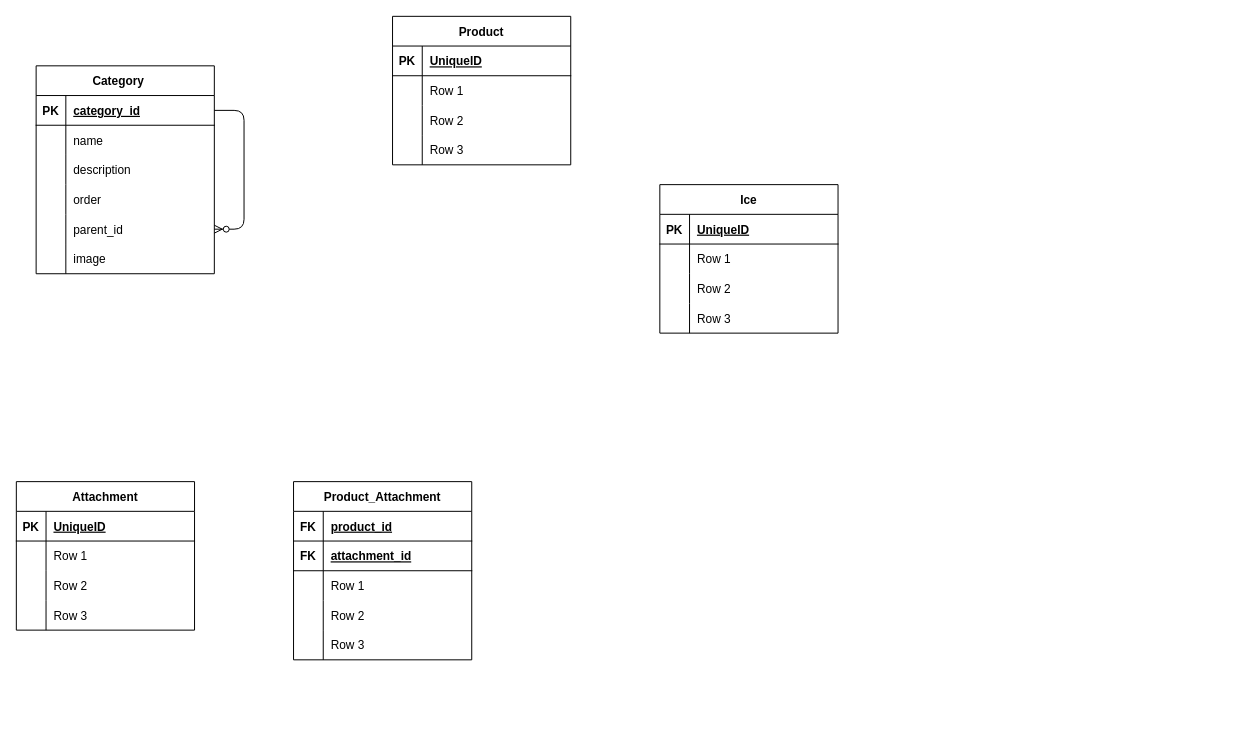
Earlier version of the draw.io diagram IceCreamManagementDB.drawio (Marvin25ronal/ice-cream-management). Source tidied: cells renumbered, new cells numbered last; positions are measured from the earlier drawing's top-left corner, leaving out a move shared by most shapes. Both pictures are drawn from the tidied source at 99%, with x=0, y=0 at pixel (16, 16).
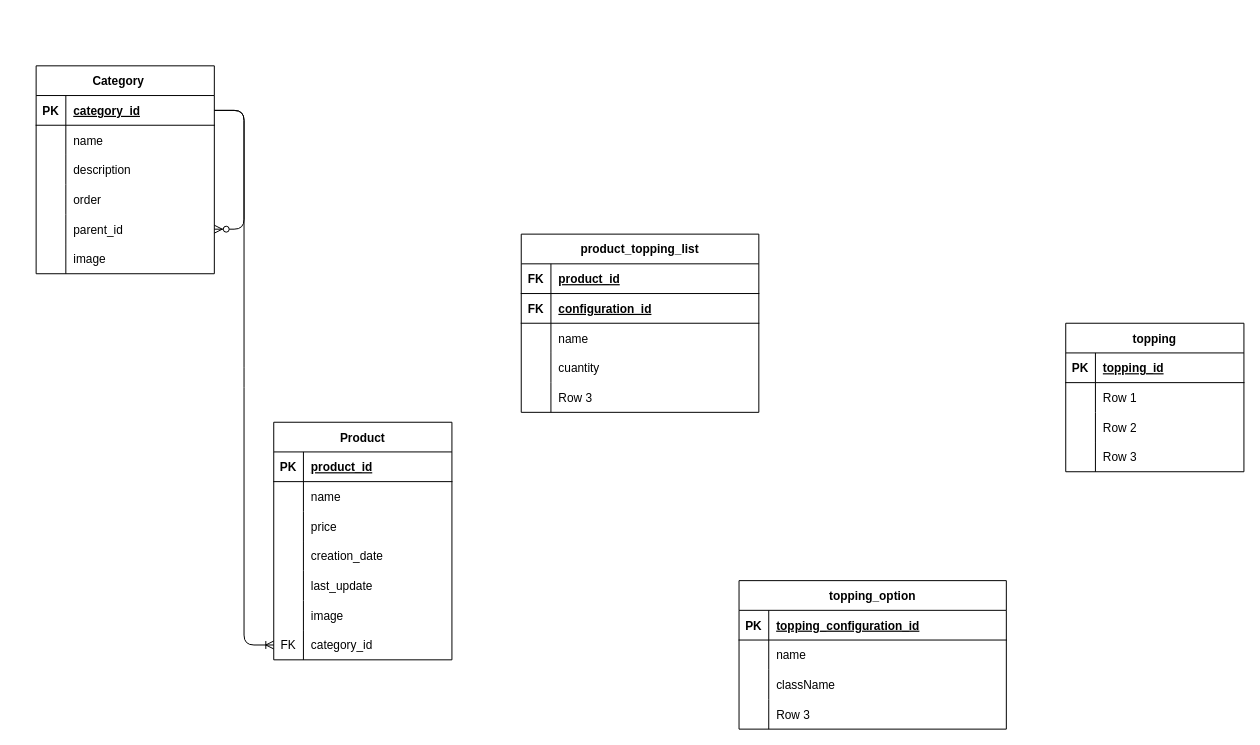
After the change.

The change refers to these unchanged cells:
```xml
<mxCell id="3" style="shape=tableRow;horizontal=0;startSize=0;swimlaneHead=0;swimlaneBody=0;fillColor=none;points=[[0,0.5],[1,0.5]];portConstraint=eastwest;top=0;left=0;right=0;bottom=1;" parent="2" vertex="1">
  <mxGeometry y="30" width="180" height="30" as="geometry" />
</mxCell>
<mxCell id="23" style="shape=tableRow;horizontal=0;startSize=0;swimlaneHead=0;swimlaneBody=0;fillColor=none;top=0;left=0;right=0;bottom=1;" parent="22" vertex="1">
  <mxGeometry y="30" width="180" height="30" as="geometry" />
</mxCell>
<mxCell id="26" style="shape=tableRow;horizontal=0;startSize=0;swimlaneHead=0;swimlaneBody=0;fillColor=none;top=0;left=0;right=0;bottom=0;" parent="22" vertex="1">
  <mxGeometry y="60" width="180" height="30" as="geometry" />
</mxCell>
<mxCell id="29" style="shape=tableRow;horizontal=0;startSize=0;swimlaneHead=0;swimlaneBody=0;fillColor=none;top=0;left=0;right=0;bottom=0;" parent="22" vertex="1">
  <mxGeometry y="90" width="180" height="30" as="geometry" />
</mxCell>
```

Change to the diagram source:
```diff
@@
     <mxCell id="22" value="Product" style="shape=table;startSize=30;childLayout=tableLayout;rowLines=0;fontStyle=1;align=center;" parent="1" vertex="1">
-      <mxGeometry x="380" width="180" height="150" as="geometry" />
+      <mxGeometry x="260" y="410" width="180" height="240" as="geometry" />
     </mxCell>
@@
-    <mxCell id="25" value="UniqueID" style="shape=partialRectangle;fillColor=none;top=0;left=0;bottom=0;right=0;align=left;spacingLeft=6;fontStyle=5;overflow=hidden;" parent="23" vertex="1">
+    <mxCell id="25" value="product_id" style="shape=partialRectangle;fillColor=none;top=0;left=0;bottom=0;right=0;align=left;spacingLeft=6;fontStyle=5;overflow=hidden;" parent="23" vertex="1">
       <mxGeometry x="30" width="150" height="30" as="geometry" />
     </mxCell>
@@
-    <mxCell id="28" value="Row 1" style="shape=partialRectangle;fillColor=none;top=0;left=0;bottom=0;right=0;align=left;spacingLeft=6;overflow=hidden;" parent="26" vertex="1">
+    <mxCell id="28" value="name" style="shape=partialRectangle;fillColor=none;top=0;left=0;bottom=0;right=0;align=left;spacingLeft=6;overflow=hidden;" parent="26" vertex="1">
       <mxGeometry x="30" width="150" height="30" as="geometry" />
     </mxCell>
@@
-    <mxCell id="31" value="Row 2" style="shape=partialRectangle;fillColor=none;top=0;left=0;bottom=0;right=0;align=left;spacingLeft=6;overflow=hidden;" parent="29" vertex="1">
+    <mxCell id="31" value="price" style="shape=partialRectangle;fillColor=none;top=0;left=0;bottom=0;right=0;align=left;spacingLeft=6;overflow=hidden;" parent="29" vertex="1">
       <mxGeometry x="30" width="150" height="30" as="geometry" />
     </mxCell>
-    <mxCell id="32" style="shape=tableRow;horizontal=0;startSize=0;swimlaneHead=0;swimlaneBody=0;fillColor=none;top=0;left=0;right=0;bottom=0;" parent="22" vertex="1">
-      <mxGeometry y="120" width="180" height="30" as="geometry" />
-    </mxCell>
-    <mxCell id="33" style="shape=partialRectangle;fillColor=none;top=0;left=0;bottom=0;right=0;overflow=hidden;" parent="32" vertex="1">
-      <mxGeometry width="30" height="30" as="geometry" />
-    </mxCell>
-    <mxCell id="34" value="Row 3" style="shape=partialRectangle;fillColor=none;top=0;left=0;bottom=0;right=0;align=left;spacingLeft=6;overflow=hidden;" parent="32" vertex="1">
-      <mxGeometry x="30" width="150" height="30" as="geometry" />
-    </mxCell>
+    <mxCell id="76" style="shape=tableRow;horizontal=0;startSize=0;swimlaneHead=0;swimlaneBody=0;fillColor=none;top=0;left=0;right=0;bottom=0;" parent="22" vertex="1">
+      <mxGeometry y="120" width="180" height="30" as="geometry" />
+    </mxCell>
+    <mxCell id="77" style="shape=partialRectangle;fillColor=none;top=0;left=0;bottom=0;right=0;overflow=hidden;" parent="76" vertex="1">
+      <mxGeometry width="30" height="30" as="geometry" />
+    </mxCell>
+    <mxCell id="78" value="creation_date" style="shape=partialRectangle;fillColor=none;top=0;left=0;bottom=0;right=0;align=left;spacingLeft=6;overflow=hidden;" parent="76" vertex="1">
+      <mxGeometry x="30" width="150" height="30" as="geometry" />
+    </mxCell>
+    <mxCell id="79" style="shape=tableRow;horizontal=0;startSize=0;swimlaneHead=0;swimlaneBody=0;fillColor=none;top=0;left=0;right=0;bottom=0;" parent="22" vertex="1">
+      <mxGeometry y="150" width="180" height="30" as="geometry" />
+    </mxCell>
+    <mxCell id="80" style="shape=partialRectangle;fillColor=none;top=0;left=0;bottom=0;right=0;overflow=hidden;" parent="79" vertex="1">
+      <mxGeometry width="30" height="30" as="geometry" />
+    </mxCell>
+    <mxCell id="81" value="last_update" style="shape=partialRectangle;fillColor=none;top=0;left=0;bottom=0;right=0;align=left;spacingLeft=6;overflow=hidden;" parent="79" vertex="1">
+      <mxGeometry x="30" width="150" height="30" as="geometry" />
+    </mxCell>
+    <mxCell id="82" style="shape=tableRow;horizontal=0;startSize=0;swimlaneHead=0;swimlaneBody=0;fillColor=none;top=0;left=0;right=0;bottom=0;" parent="22" vertex="1">
+      <mxGeometry y="180" width="180" height="30" as="geometry" />
+    </mxCell>
+    <mxCell id="83" style="shape=partialRectangle;fillColor=none;top=0;left=0;bottom=0;right=0;overflow=hidden;" parent="82" vertex="1">
+      <mxGeometry width="30" height="30" as="geometry" />
+    </mxCell>
+    <mxCell id="84" value="image" style="shape=partialRectangle;fillColor=none;top=0;left=0;bottom=0;right=0;align=left;spacingLeft=6;overflow=hidden;" parent="82" vertex="1">
+      <mxGeometry x="30" width="150" height="30" as="geometry" />
+    </mxCell>
+    <mxCell id="85" style="shape=tableRow;horizontal=0;startSize=0;swimlaneHead=0;swimlaneBody=0;fillColor=none;points=[[0,0.5],[1,0.5]];portConstraint=eastwest;top=0;left=0;right=0;bottom=0;" parent="22" vertex="1">
+      <mxGeometry y="210" width="180" height="30" as="geometry" />
+    </mxCell>
+    <mxCell id="86" value="FK" style="shape=partialRectangle;fillColor=none;top=0;left=0;bottom=0;right=0;overflow=hidden;" parent="85" vertex="1">
+      <mxGeometry width="30" height="30" as="geometry" />
+    </mxCell>
+    <mxCell id="87" value="category_id" style="shape=partialRectangle;fillColor=none;top=0;left=0;bottom=0;right=0;align=left;spacingLeft=6;overflow=hidden;" parent="85" vertex="1">
+      <mxGeometry x="30" width="150" height="30" as="geometry" />
+    </mxCell>
-    <mxCell id="35" value="Attachment" style="shape=table;startSize=30;childLayout=tableLayout;rowLines=0;fontStyle=1;align=center;" parent="1" vertex="1">
-      <mxGeometry y="470" width="180" height="150" as="geometry" />
+    <mxCell id="35" value="topping_option" style="shape=table;startSize=30;childLayout=tableLayout;rowLines=0;fontStyle=1;align=center;" parent="1" vertex="1">
+      <mxGeometry x="730" y="570" width="270" height="150" as="geometry" />
     </mxCell>
     <mxCell id="36" style="shape=tableRow;horizontal=0;startSize=0;swimlaneHead=0;swimlaneBody=0;fillColor=none;top=0;left=0;right=0;bottom=1;" parent="35" vertex="1">
-      <mxGeometry y="30" width="180" height="30" as="geometry" />
+      <mxGeometry y="30" width="270" height="30" as="geometry" />
     </mxCell>
@@
-    <mxCell id="38" value="UniqueID" style="shape=partialRectangle;fillColor=none;top=0;left=0;bottom=0;right=0;align=left;spacingLeft=6;fontStyle=5;overflow=hidden;" parent="36" vertex="1">
-      <mxGeometry x="30" width="150" height="30" as="geometry" />
+    <mxCell id="38" value="topping_configuration_id" style="shape=partialRectangle;fillColor=none;top=0;left=0;bottom=0;right=0;align=left;spacingLeft=6;fontStyle=5;overflow=hidden;" parent="36" vertex="1">
+      <mxGeometry x="30" width="240" height="30" as="geometry" />
     </mxCell>
     <mxCell id="39" style="shape=tableRow;horizontal=0;startSize=0;swimlaneHead=0;swimlaneBody=0;fillColor=none;top=0;left=0;right=0;bottom=0;" parent="35" vertex="1">
-      <mxGeometry y="60" width="180" height="30" as="geometry" />
+      <mxGeometry y="60" width="270" height="30" as="geometry" />
     </mxCell>
@@
-    <mxCell id="41" value="Row 1" style="shape=partialRectangle;fillColor=none;top=0;left=0;bottom=0;right=0;align=left;spacingLeft=6;overflow=hidden;" parent="39" vertex="1">
-      <mxGeometry x="30" width="150" height="30" as="geometry" />
+    <mxCell id="41" value="name" style="shape=partialRectangle;fillColor=none;top=0;left=0;bottom=0;right=0;align=left;spacingLeft=6;overflow=hidden;" parent="39" vertex="1">
+      <mxGeometry x="30" width="240" height="30" as="geometry" />
     </mxCell>
     <mxCell id="42" style="shape=tableRow;horizontal=0;startSize=0;swimlaneHead=0;swimlaneBody=0;fillColor=none;top=0;left=0;right=0;bottom=0;" parent="35" vertex="1">
-      <mxGeometry y="90" width="180" height="30" as="geometry" />
+      <mxGeometry y="90" width="270" height="30" as="geometry" />
     </mxCell>
@@
-    <mxCell id="44" value="Row 2" style="shape=partialRectangle;fillColor=none;top=0;left=0;bottom=0;right=0;align=left;spacingLeft=6;overflow=hidden;" parent="42" vertex="1">
-      <mxGeometry x="30" width="150" height="30" as="geometry" />
+    <mxCell id="44" value="className" style="shape=partialRectangle;fillColor=none;top=0;left=0;bottom=0;right=0;align=left;spacingLeft=6;overflow=hidden;" parent="42" vertex="1">
+      <mxGeometry x="30" width="240" height="30" as="geometry" />
     </mxCell>
     <mxCell id="45" style="shape=tableRow;horizontal=0;startSize=0;swimlaneHead=0;swimlaneBody=0;fillColor=none;top=0;left=0;right=0;bottom=0;" parent="35" vertex="1">
-      <mxGeometry y="120" width="180" height="30" as="geometry" />
+      <mxGeometry y="120" width="270" height="30" as="geometry" />
     </mxCell>
@@
     <mxCell id="47" value="Row 3" style="shape=partialRectangle;fillColor=none;top=0;left=0;bottom=0;right=0;align=left;spacingLeft=6;overflow=hidden;" parent="45" vertex="1">
-      <mxGeometry x="30" width="150" height="30" as="geometry" />
+      <mxGeometry x="30" width="240" height="30" as="geometry" />
     </mxCell>
-    <mxCell id="48" value="Product_Attachment" style="shape=table;startSize=30;childLayout=tableLayout;rowLines=0;fontStyle=1;align=center;" parent="1" vertex="1">
-      <mxGeometry x="280" y="470" width="180" height="180" as="geometry" />
+    <mxCell id="48" value="product_topping_list" style="shape=table;startSize=30;childLayout=tableLayout;rowLines=0;fontStyle=1;align=center;" parent="1" vertex="1">
+      <mxGeometry x="510" y="220" width="240" height="180" as="geometry" />
     </mxCell>
     <mxCell id="49" style="shape=tableRow;horizontal=0;startSize=0;swimlaneHead=0;swimlaneBody=0;fillColor=none;top=0;left=0;right=0;bottom=1;" parent="48" vertex="1">
-      <mxGeometry y="30" width="180" height="30" as="geometry" />
+      <mxGeometry y="30" width="240" height="30" as="geometry" />
     </mxCell>
@@
     <mxCell id="51" value="product_id" style="shape=partialRectangle;fillColor=none;top=0;left=0;bottom=0;right=0;align=left;spacingLeft=6;fontStyle=5;overflow=hidden;" parent="49" vertex="1">
-      <mxGeometry x="30" width="150" height="30" as="geometry" />
+      <mxGeometry x="30" width="210" height="30" as="geometry" />
     </mxCell>
     <mxCell id="52" style="shape=tableRow;horizontal=0;startSize=0;swimlaneHead=0;swimlaneBody=0;fillColor=none;top=0;left=0;right=0;bottom=1;" parent="48" vertex="1">
-      <mxGeometry y="60" width="180" height="30" as="geometry" />
+      <mxGeometry y="60" width="240" height="30" as="geometry" />
     </mxCell>
@@
-    <mxCell id="54" value="attachment_id" style="shape=partialRectangle;fillColor=none;top=0;left=0;bottom=0;right=0;align=left;spacingLeft=6;fontStyle=5;overflow=hidden;" parent="52" vertex="1">
-      <mxGeometry x="30" width="150" height="30" as="geometry" />
+    <mxCell id="54" value="configuration_id" style="shape=partialRectangle;fillColor=none;top=0;left=0;bottom=0;right=0;align=left;spacingLeft=6;fontStyle=5;overflow=hidden;" parent="52" vertex="1">
+      <mxGeometry x="30" width="210" height="30" as="geometry" />
     </mxCell>
     <mxCell id="55" style="shape=tableRow;horizontal=0;startSize=0;swimlaneHead=0;swimlaneBody=0;fillColor=none;top=0;left=0;right=0;bottom=0;" parent="48" vertex="1">
-      <mxGeometry y="90" width="180" height="30" as="geometry" />
+      <mxGeometry y="90" width="240" height="30" as="geometry" />
     </mxCell>
@@
-    <mxCell id="57" value="Row 1" style="shape=partialRectangle;fillColor=none;top=0;left=0;bottom=0;right=0;align=left;spacingLeft=6;overflow=hidden;" parent="55" vertex="1">
-      <mxGeometry x="30" width="150" height="30" as="geometry" />
+    <mxCell id="57" value="name" style="shape=partialRectangle;fillColor=none;top=0;left=0;bottom=0;right=0;align=left;spacingLeft=6;overflow=hidden;" parent="55" vertex="1">
+      <mxGeometry x="30" width="210" height="30" as="geometry" />
     </mxCell>
     <mxCell id="58" style="shape=tableRow;horizontal=0;startSize=0;swimlaneHead=0;swimlaneBody=0;fillColor=none;top=0;left=0;right=0;bottom=0;" parent="48" vertex="1">
-      <mxGeometry y="120" width="180" height="30" as="geometry" />
+      <mxGeometry y="120" width="240" height="30" as="geometry" />
     </mxCell>
@@
-    <mxCell id="60" value="Row 2" style="shape=partialRectangle;fillColor=none;top=0;left=0;bottom=0;right=0;align=left;spacingLeft=6;overflow=hidden;" parent="58" vertex="1">
-      <mxGeometry x="30" width="150" height="30" as="geometry" />
+    <mxCell id="60" value="cuantity" style="shape=partialRectangle;fillColor=none;top=0;left=0;bottom=0;right=0;align=left;spacingLeft=6;overflow=hidden;" parent="58" vertex="1">
+      <mxGeometry x="30" width="210" height="30" as="geometry" />
     </mxCell>
     <mxCell id="61" style="shape=tableRow;horizontal=0;startSize=0;swimlaneHead=0;swimlaneBody=0;fillColor=none;top=0;left=0;right=0;bottom=0;" parent="48" vertex="1">
-      <mxGeometry y="150" width="180" height="30" as="geometry" />
+      <mxGeometry y="150" width="240" height="30" as="geometry" />
     </mxCell>
@@
     <mxCell id="63" value="Row 3" style="shape=partialRectangle;fillColor=none;top=0;left=0;bottom=0;right=0;align=left;spacingLeft=6;overflow=hidden;" parent="61" vertex="1">
-      <mxGeometry x="30" width="150" height="30" as="geometry" />
+      <mxGeometry x="30" width="210" height="30" as="geometry" />
     </mxCell>
-    <mxCell id="64" value="Ice" style="shape=table;startSize=30;childLayout=tableLayout;rowLines=0;fontStyle=1;align=center;" parent="1" vertex="1">
-      <mxGeometry x="650" y="170" width="180" height="150" as="geometry" />
-    </mxCell>
+    <mxCell id="88" value="topping" style="shape=table;startSize=30;childLayout=tableLayout;rowLines=0;fontStyle=1;align=center;" parent="1" vertex="1">
+      <mxGeometry x="1060" y="310" width="180" height="150" as="geometry" />
+    </mxCell>
-    <mxCell id="65" style="shape=tableRow;horizontal=0;startSize=0;swimlaneHead=0;swimlaneBody=0;fillColor=none;top=0;left=0;right=0;bottom=1;" parent="64" vertex="1">
+    <mxCell id="65" style="shape=tableRow;horizontal=0;startSize=0;swimlaneHead=0;swimlaneBody=0;fillColor=none;top=0;left=0;right=0;bottom=1;" parent="88" vertex="1">
       <mxGeometry y="30" width="180" height="30" as="geometry" />
     </mxCell>
@@
-    <mxCell id="67" value="UniqueID" style="shape=partialRectangle;fillColor=none;top=0;left=0;bottom=0;right=0;align=left;spacingLeft=6;fontStyle=5;overflow=hidden;" parent="65" vertex="1">
-      <mxGeometry x="30" width="150" height="30" as="geometry" />
-    </mxCell>
+    <mxCell id="89" value="topping_id" style="shape=partialRectangle;fillColor=none;top=0;left=0;bottom=0;right=0;align=left;spacingLeft=6;fontStyle=5;overflow=hidden;" parent="65" vertex="1">
+      <mxGeometry x="30" width="150" height="30" as="geometry" />
+    </mxCell>
-    <mxCell id="68" style="shape=tableRow;horizontal=0;startSize=0;swimlaneHead=0;swimlaneBody=0;fillColor=none;top=0;left=0;right=0;bottom=0;" parent="64" vertex="1">
+    <mxCell id="68" style="shape=tableRow;horizontal=0;startSize=0;swimlaneHead=0;swimlaneBody=0;fillColor=none;top=0;left=0;right=0;bottom=0;" parent="88" vertex="1">
       <mxGeometry y="60" width="180" height="30" as="geometry" />
     </mxCell>
-    <mxCell id="69" style="shape=partialRectangle;fillColor=none;top=0;left=0;bottom=0;right=0;overflow=hidden;" parent="68" vertex="1">
-      <mxGeometry width="30" height="30" as="geometry" />
-    </mxCell>
+    <mxCell id="90" style="shape=partialRectangle;fillColor=none;top=0;left=0;bottom=0;right=0;overflow=hidden;" parent="68" vertex="1">
+      <mxGeometry width="30" height="30" as="geometry" />
+    </mxCell>
@@
-    <mxCell id="71" style="shape=tableRow;horizontal=0;startSize=0;swimlaneHead=0;swimlaneBody=0;fillColor=none;top=0;left=0;right=0;bottom=0;" parent="64" vertex="1">
+    <mxCell id="71" style="shape=tableRow;horizontal=0;startSize=0;swimlaneHead=0;swimlaneBody=0;fillColor=none;top=0;left=0;right=0;bottom=0;" parent="88" vertex="1">
       <mxGeometry y="90" width="180" height="30" as="geometry" />
     </mxCell>
-    <mxCell id="72" style="shape=partialRectangle;fillColor=none;top=0;left=0;bottom=0;right=0;overflow=hidden;" parent="71" vertex="1">
-      <mxGeometry width="30" height="30" as="geometry" />
-    </mxCell>
+    <mxCell id="91" style="shape=partialRectangle;fillColor=none;top=0;left=0;bottom=0;right=0;overflow=hidden;" parent="71" vertex="1">
+      <mxGeometry width="30" height="30" as="geometry" />
+    </mxCell>
@@
-    <mxCell id="74" style="shape=tableRow;horizontal=0;startSize=0;swimlaneHead=0;swimlaneBody=0;fillColor=none;top=0;left=0;right=0;bottom=0;" parent="64" vertex="1">
-      <mxGeometry y="120" width="180" height="30" as="geometry" />
-    </mxCell>
-    <mxCell id="75" style="shape=partialRectangle;fillColor=none;top=0;left=0;bottom=0;right=0;overflow=hidden;" parent="74" vertex="1">
-      <mxGeometry width="30" height="30" as="geometry" />
-    </mxCell>
-    <mxCell id="76" value="Row 3" style="shape=partialRectangle;fillColor=none;top=0;left=0;bottom=0;right=0;align=left;spacingLeft=6;overflow=hidden;" parent="74" vertex="1">
-      <mxGeometry x="30" width="150" height="30" as="geometry" />
-    </mxCell>
+    <mxCell id="92" style="shape=tableRow;horizontal=0;startSize=0;swimlaneHead=0;swimlaneBody=0;fillColor=none;top=0;left=0;right=0;bottom=0;" parent="88" vertex="1">
+      <mxGeometry y="120" width="180" height="30" as="geometry" />
+    </mxCell>
+    <mxCell id="93" style="shape=partialRectangle;fillColor=none;top=0;left=0;bottom=0;right=0;overflow=hidden;" parent="92" vertex="1">
+      <mxGeometry width="30" height="30" as="geometry" />
+    </mxCell>
+    <mxCell id="34" value="Row 3" style="shape=partialRectangle;fillColor=none;top=0;left=0;bottom=0;right=0;align=left;spacingLeft=6;overflow=hidden;" parent="92" vertex="1">
+      <mxGeometry x="30" width="150" height="30" as="geometry" />
+    </mxCell>
+    <mxCell id="94" style="edgeStyle=entityRelationEdgeStyle;fontSize=12;html=1;endArrow=ERoneToMany;entryX=0;entryY=0.5;entryDx=0;entryDy=0;" parent="1" edge="1" source="3" target="85">
+      <mxGeometry relative="1" as="geometry" />
+    </mxCell>
```
